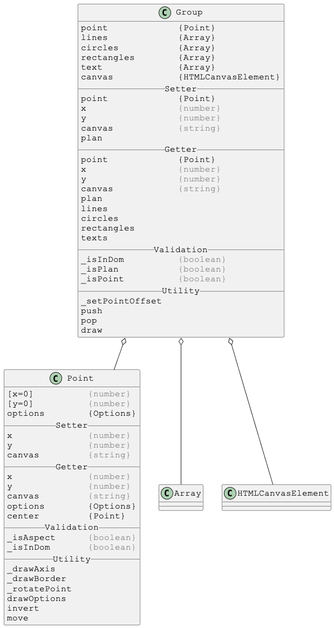
Before: docs/PlantUml/images/linked/Group-linked.png, a diagram exported from PlantUML (Justin-Byrne/canvasLab). The source it was exported from:
```plantuml
@startuml

skinparam DefaultFontSize 16
skinparam DefaultFontName Courier New

class Group {
point             {Point}
lines             {Array}
circles           {Array}
rectangles        {Array}
text              {Array}
canvas            {HTMLCanvasElement}
__ Setter __
point             {Point}
x                 <color:gray>{number}</color>
y                 <color:gray>{number}</color>
canvas            <color:gray>{string}</color>
plan
__ Getter __
point             {Point}
x                 <color:gray>{number}</color>
y                 <color:gray>{number}</color>
canvas            <color:gray>{string}</color>
plan
lines
circles
rectangles
texts
__ Validation __
_isInDom          <color:gray>{boolean}</color>
_isPlan           <color:gray>{boolean}</color>
_isPoint          <color:gray>{boolean}</color>
__ Utility __
_setPointOffset
push
pop
draw
}

Group o-- Point
Group o-- Array
Group o-- HTMLCanvasElement



skinparam DefaultFontSize 16
skinparam DefaultFontName Courier New

class Point {
[x=0]          <color:gray>{number}</color>
[y=0]          <color:gray>{number}</color>
options        {Options}
__ Setter __
x              <color:gray>{number}</color>
y              <color:gray>{number}</color>
canvas         <color:gray>{string}</color>
__ Getter __
x              <color:gray>{number}</color>
y              <color:gray>{number}</color>
canvas         <color:gray>{string}</color>
options        {Options}
center         {Point}
__ Validation __
_isAspect      <color:gray>{boolean}</color>
_isInDom       <color:gray>{boolean}</color>
__ Utility __
_drawAxis
_drawBorder
_rotatePoint
drawOptions
invert
move
}

@enduml
```
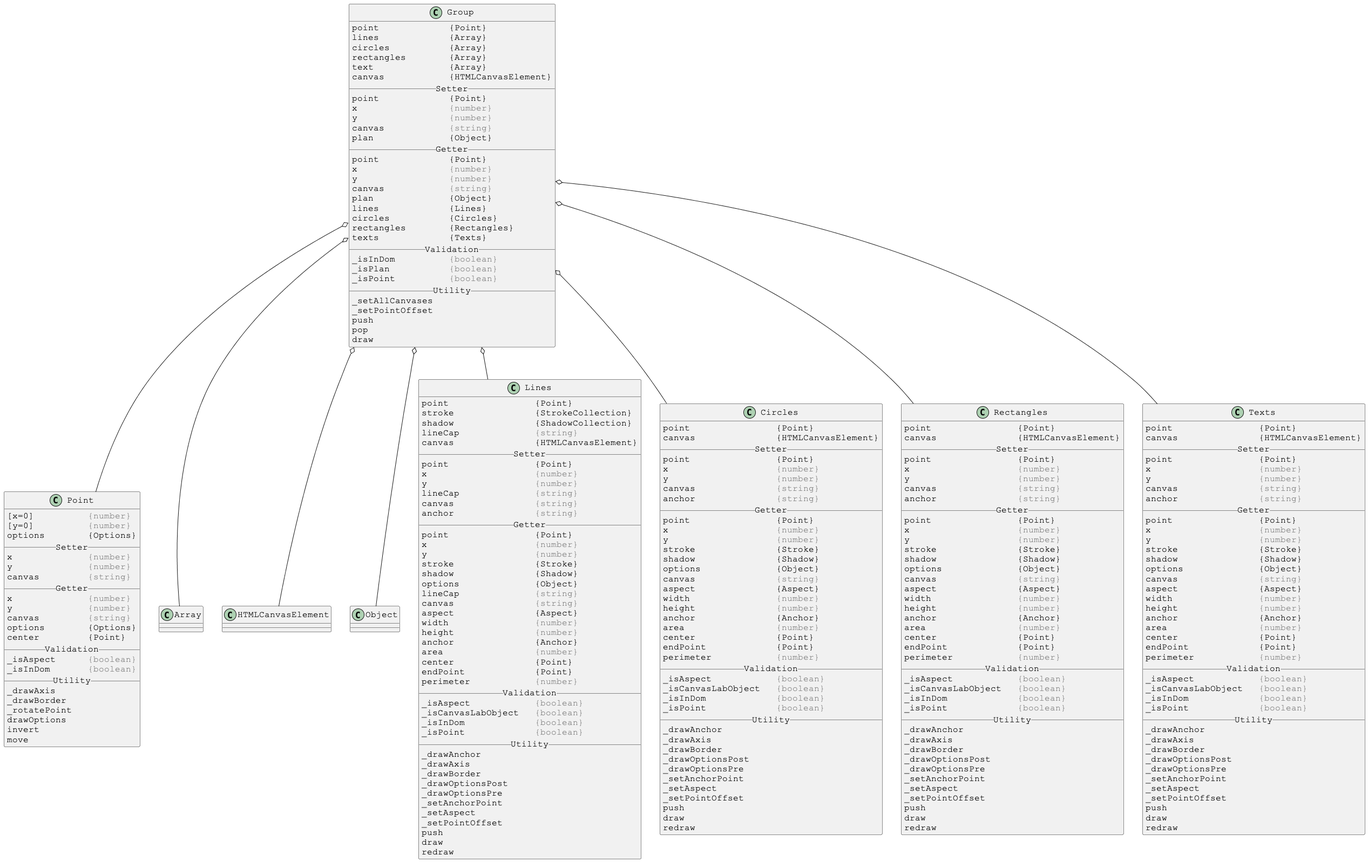
After the commit.

What changed in the source:
```diff
@@ -15,22 +15,23 @@
 x                 <color:gray>{number}</color>
 y                 <color:gray>{number}</color>
 canvas            <color:gray>{string}</color>
-plan
+plan              {Object}
 __ Getter __
 point             {Point}
 x                 <color:gray>{number}</color>
 y                 <color:gray>{number}</color>
 canvas            <color:gray>{string}</color>
-plan
-lines
-circles
-rectangles
-texts
+plan              {Object}
+lines             {Lines}
+circles           {Circles}
+rectangles        {Rectangles}
+texts             {Texts}
 __ Validation __
 _isInDom          <color:gray>{boolean}</color>
 _isPlan           <color:gray>{boolean}</color>
 _isPoint          <color:gray>{boolean}</color>
 __ Utility __
+_setAllCanvases
 _setPointOffset
 push
 pop
@@ -40,6 +41,11 @@
 Group o-- Point
 Group o-- Array
 Group o-- HTMLCanvasElement
+Group o-- Object
+Group o-- Lines
+Group o-- Circles
+Group o-- Rectangles
+Group o-- Texts
 
 
 
@@ -72,4 +78,205 @@
 move
 }
 
+
+
+skinparam DefaultFontSize 16
+skinparam DefaultFontName Courier New
+
+class Lines {
+point                {Point}
+stroke               {StrokeCollection}
+shadow               {ShadowCollection}
+lineCap              <color:gray>{string}</color>
+canvas               {HTMLCanvasElement}
+__ Setter __
+point                {Point}
+x                    <color:gray>{number}</color>
+y                    <color:gray>{number}</color>
+lineCap              <color:gray>{string}</color>
+canvas               <color:gray>{string}</color>
+anchor               <color:gray>{string}</color>
+__ Getter __
+point                {Point}
+x                    <color:gray>{number}</color>
+y                    <color:gray>{number}</color>
+stroke               {Stroke}
+shadow               {Shadow}
+options              {Object}
+lineCap              <color:gray>{string}</color>
+canvas               <color:gray>{string}</color>
+aspect               {Aspect}
+width                <color:gray>{number}</color>
+height               <color:gray>{number}</color>
+anchor               {Anchor}
+area                 <color:gray>{number}</color>
+center               {Point}
+endPoint             {Point}
+perimeter            <color:gray>{number}</color>
+__ Validation __
+_isAspect            <color:gray>{boolean}</color>
+_isCanvasLabObject   <color:gray>{boolean}</color>
+_isInDom             <color:gray>{boolean}</color>
+_isPoint             <color:gray>{boolean}</color>
+__ Utility __
+_drawAnchor
+_drawAxis
+_drawBorder
+_drawOptionsPost
+_drawOptionsPre
+_setAnchorPoint
+_setAspect
+_setPointOffset
+push
+draw
+redraw
+}
+
+
+
+skinparam DefaultFontSize 16
+skinparam DefaultFontName Courier New
+
+class Circles {
+point                {Point}
+canvas               {HTMLCanvasElement}
+__ Setter __
+point                {Point}
+x                    <color:gray>{number}</color>
+y                    <color:gray>{number}</color>
+canvas               <color:gray>{string}</color>
+anchor               <color:gray>{string}</color>
+__ Getter __
+point                {Point}
+x                    <color:gray>{number}</color>
+y                    <color:gray>{number}</color>
+stroke               {Stroke}
+shadow               {Shadow}
+options              {Object}
+canvas               <color:gray>{string}</color>
+aspect               {Aspect}
+width                <color:gray>{number}</color>
+height               <color:gray>{number}</color>
+anchor               {Anchor}
+area                 <color:gray>{number}</color>
+center               {Point}
+endPoint             {Point}
+perimeter            <color:gray>{number}</color>
+__ Validation __
+_isAspect            <color:gray>{boolean}</color>
+_isCanvasLabObject   <color:gray>{boolean}</color>
+_isInDom             <color:gray>{boolean}</color>
+_isPoint             <color:gray>{boolean}</color>
+__ Utility __
+_drawAnchor
+_drawAxis
+_drawBorder
+_drawOptionsPost
+_drawOptionsPre
+_setAnchorPoint
+_setAspect
+_setPointOffset
+push
+draw
+redraw
+}
+
+
+
+skinparam DefaultFontSize 16
+skinparam DefaultFontName Courier New
+
+class Rectangles {
+point                {Point}
+canvas               {HTMLCanvasElement}
+__ Setter __
+point                {Point}
+x                    <color:gray>{number}</color>
+y                    <color:gray>{number}</color>
+canvas               <color:gray>{string}</color>
+anchor               <color:gray>{string}</color>
+__ Getter __
+point                {Point}
+x                    <color:gray>{number}</color>
+y                    <color:gray>{number}</color>
+stroke               {Stroke}
+shadow               {Shadow}
+options              {Object}
+canvas               <color:gray>{string}</color>
+aspect               {Aspect}
+width                <color:gray>{number}</color>
+height               <color:gray>{number}</color>
+anchor               {Anchor}
+area                 <color:gray>{number}</color>
+center               {Point}
+endPoint             {Point}
+perimeter            <color:gray>{number}</color>
+__ Validation __
+_isAspect            <color:gray>{boolean}</color>
+_isCanvasLabObject   <color:gray>{boolean}</color>
+_isInDom             <color:gray>{boolean}</color>
+_isPoint             <color:gray>{boolean}</color>
+__ Utility __
+_drawAnchor
+_drawAxis
+_drawBorder
+_drawOptionsPost
+_drawOptionsPre
+_setAnchorPoint
+_setAspect
+_setPointOffset
+push
+draw
+redraw
+}
+
+
+
+skinparam DefaultFontSize 16
+skinparam DefaultFontName Courier New
+
+class Texts {
+point                {Point}
+canvas               {HTMLCanvasElement}
+__ Setter __
+point                {Point}
+x                    <color:gray>{number}</color>
+y                    <color:gray>{number}</color>
+canvas               <color:gray>{string}</color>
+anchor               <color:gray>{string}</color>
+__ Getter __
+point                {Point}
+x                    <color:gray>{number}</color>
+y                    <color:gray>{number}</color>
+stroke               {Stroke}
+shadow               {Shadow}
+options              {Object}
+canvas               <color:gray>{string}</color>
+aspect               {Aspect}
+width                <color:gray>{number}</color>
+height               <color:gray>{number}</color>
+anchor               {Anchor}
+area                 <color:gray>{number}</color>
+center               {Point}
+endPoint             {Point}
+perimeter            <color:gray>{number}</color>
+__ Validation __
+_isAspect            <color:gray>{boolean}</color>
+_isCanvasLabObject   <color:gray>{boolean}</color>
+_isInDom             <color:gray>{boolean}</color>
+_isPoint             <color:gray>{boolean}</color>
+__ Utility __
+_drawAnchor
+_drawAxis
+_drawBorder
+_drawOptionsPost
+_drawOptionsPre
+_setAnchorPoint
+_setAspect
+_setPointOffset
+push
+draw
+redraw
+}
+
 @enduml
```
